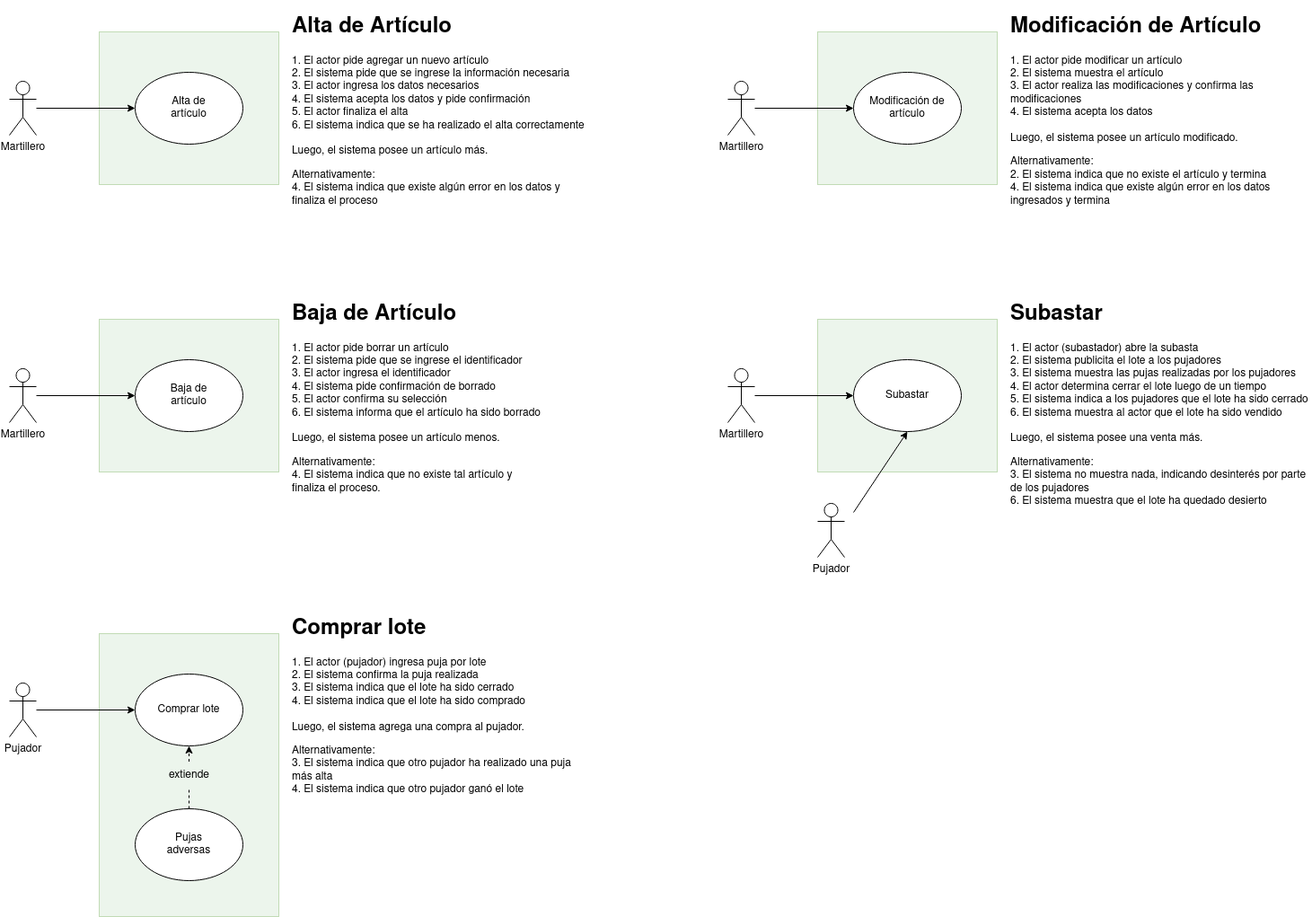
This is Documentacion/casos-de-uso.png from rpgrca/proyecto-ispc-fullstack, a draw.io export, as it was before one commit. Source tidied: cells renumbered, new cells last; positions are measured from the earlier drawing's top-left corner, leaving out a move shared by most shapes.
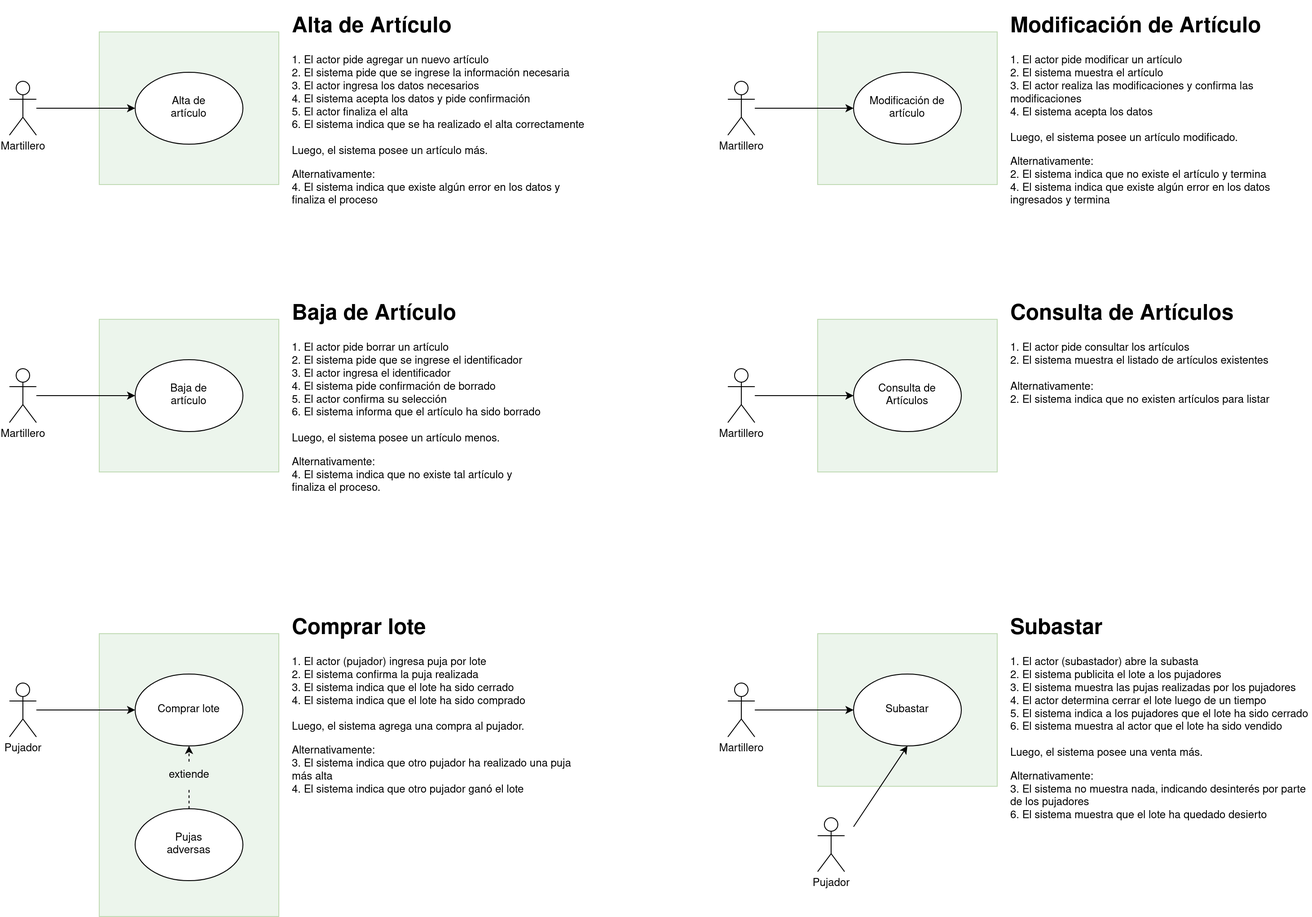
The same file after the commit.

Commit message:
actualizacion de documentacion, agregado de diagramas como imagen

What changed in the source:
```diff
@@ -9,7 +9,7 @@
       <mxGeometry x="900" y="25" width="200" height="170" as="geometry" />
     </mxCell>
     <mxCell id="4" style="rounded=0;whiteSpace=wrap;html=1;fillColor=#d5e8d4;strokeColor=#82b366;opacity=45;" parent="1" vertex="1">
-      <mxGeometry x="900" y="345" width="200" height="170" as="geometry" />
+      <mxGeometry x="900" y="695" width="200" height="170" as="geometry" />
     </mxCell>
     <mxCell id="5" style="rounded=0;whiteSpace=wrap;html=1;fillColor=#d5e8d4;strokeColor=#82b366;opacity=45;" parent="1" vertex="1">
       <mxGeometry x="100" y="25" width="200" height="170" as="geometry" />
@@ -57,20 +57,20 @@
       <mxGeometry relative="1" as="geometry" />
     </mxCell>
     <mxCell id="20" value="Martillero" style="shape=umlActor;verticalLabelPosition=bottom;verticalAlign=top;html=1;outlineConnect=0;" parent="1" vertex="1">
-      <mxGeometry x="800" y="400" width="30" height="60" as="geometry" />
+      <mxGeometry x="800" y="750" width="30" height="60" as="geometry" />
     </mxCell>
     <mxCell id="21" value="Subastar" style="ellipse;whiteSpace=wrap;html=1;" parent="1" vertex="1">
-      <mxGeometry x="940" y="390" width="120" height="80" as="geometry" />
+      <mxGeometry x="940" y="740" width="120" height="80" as="geometry" />
     </mxCell>
     <mxCell id="22" value="&lt;h1&gt;Subastar&lt;br&gt;&lt;/h1&gt;&lt;p&gt;1. El actor (subastador) abre la subasta&lt;br&gt;2. El sistema publicita el lote a los pujadores&lt;br&gt;3. El sistema muestra las pujas realizadas por los pujadores&lt;br&gt;4. El actor determina cerrar el lote luego de un tiempo&lt;br&gt;5. El sistema indica a los pujadores que el lote ha sido cerrado&lt;br&gt;6. El sistema muestra al actor que el lote ha sido vendido&lt;br&gt;&lt;br&gt;Luego, el sistema posee una venta más.&lt;/p&gt;&lt;p&gt;Alternativamente:&lt;br&gt;3. El sistema no muestra nada, indicando desinterés por parte de los pujadores&lt;br&gt;6. El sistema muestra que el lote ha quedado desierto&lt;br&gt;&lt;/p&gt;" style="text;html=1;strokeColor=none;fillColor=none;spacing=5;spacingTop=-20;whiteSpace=wrap;overflow=hidden;rounded=0;" parent="1" vertex="1">
-      <mxGeometry x="1110" y="320" width="340" height="240" as="geometry" />
+      <mxGeometry x="1110" y="670" width="340" height="240" as="geometry" />
     </mxCell>
     <mxCell id="23" value="Pujador" style="shape=umlActor;verticalLabelPosition=bottom;verticalAlign=top;html=1;" parent="1" vertex="1">
-      <mxGeometry x="900" y="550" width="30" height="60" as="geometry" />
+      <mxGeometry x="900" y="900" width="30" height="60" as="geometry" />
     </mxCell>
     <mxCell id="24" style="rounded=0;jettySize=auto;html=1;entryX=0.5;entryY=1;entryDx=0;entryDy=0;" parent="1" edge="1" target="21">
       <mxGeometry relative="1" as="geometry">
-        <mxPoint x="940" y="560" as="sourcePoint" />
+        <mxPoint x="940" y="910" as="sourcePoint" />
       </mxGeometry>
     </mxCell>
     <mxCell id="25" style="edgeStyle=orthogonalEdgeStyle;rounded=0;jettySize=auto;html=1;" parent="1" edge="1" source="26" target="27">
@@ -97,5 +97,20 @@
     <mxCell id="32" style="rounded=0;jettySize=auto;html=1;entryX=0.5;entryY=1;entryDx=0;entryDy=0;exitX=0.5;exitY=0;exitDx=0;exitDy=0;dashed=1;endArrow=none;" parent="1" edge="1" source="29" target="31">
       <mxGeometry relative="1" as="geometry" />
     </mxCell>
+    <mxCell id="33" style="rounded=0;whiteSpace=wrap;html=1;fillColor=#d5e8d4;strokeColor=#82b366;opacity=45;" parent="1" vertex="1">
+      <mxGeometry x="900" y="345" width="200" height="170" as="geometry" />
+    </mxCell>
+    <mxCell id="34" style="edgeStyle=orthogonalEdgeStyle;rounded=0;jettySize=auto;html=1;" parent="1" edge="1" source="35" target="36">
+      <mxGeometry relative="1" as="geometry" />
+    </mxCell>
+    <mxCell id="35" value="Martillero" style="shape=umlActor;verticalLabelPosition=bottom;verticalAlign=top;html=1;outlineConnect=0;" parent="1" vertex="1">
+      <mxGeometry x="800" y="400" width="30" height="60" as="geometry" />
+    </mxCell>
+    <mxCell id="36" value="&lt;div&gt;Consulta de&lt;/div&gt;&lt;div&gt;Artículos&lt;br&gt;&lt;/div&gt;" style="ellipse;whiteSpace=wrap;html=1;" parent="1" vertex="1">
+      <mxGeometry x="940" y="390" width="120" height="80" as="geometry" />
+    </mxCell>
+    <mxCell id="37" value="&lt;h1&gt;Consulta de Artículos&lt;br&gt;&lt;/h1&gt;&lt;p&gt;1. El actor pide consultar los artículos&lt;br&gt;2. El sistema muestra el listado de artículos existentes&lt;br&gt;&lt;br&gt;Alternativamente:&lt;br&gt;2. El sistema indica que no existen artículos para listar&lt;br&gt;&lt;/p&gt;" style="text;html=1;strokeColor=none;fillColor=none;spacing=5;spacingTop=-20;whiteSpace=wrap;overflow=hidden;rounded=0;" parent="1" vertex="1">
+      <mxGeometry x="1110" y="320" width="340" height="220" as="geometry" />
+    </mxCell>
   </root>
 </mxGraphModel>
```
